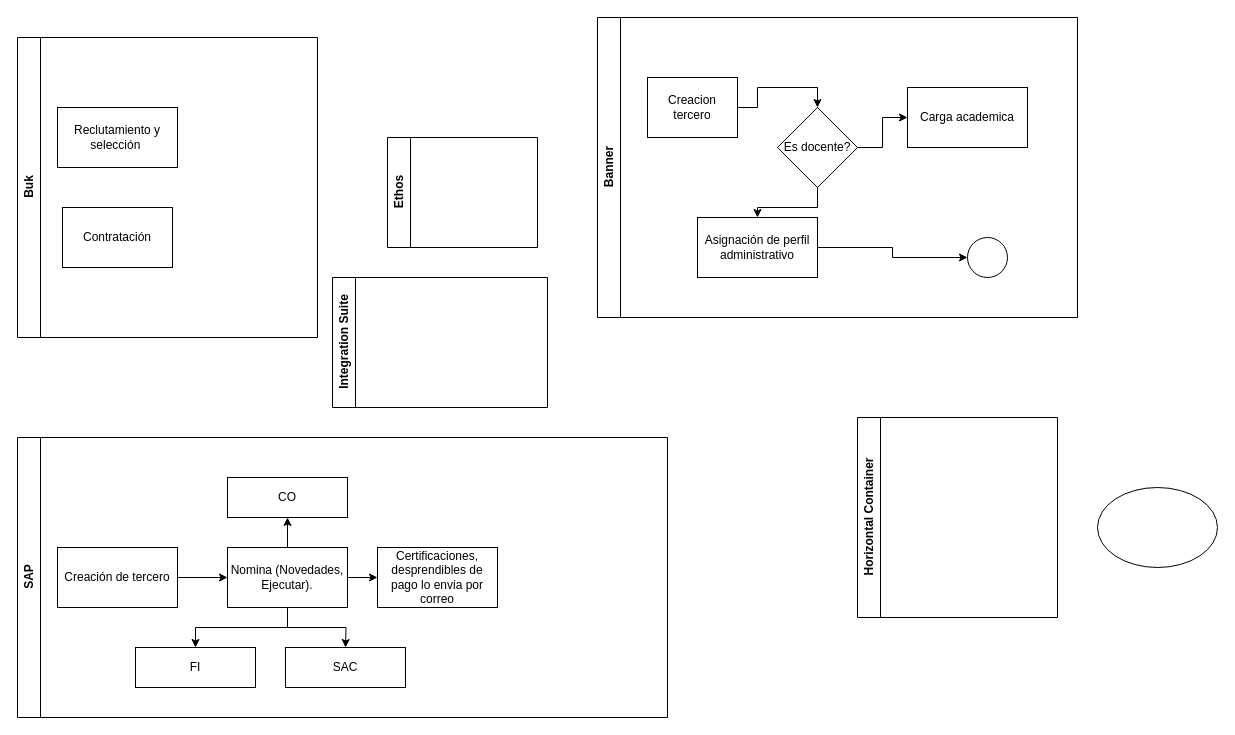
MichaelAcosta07/Diagramas-Arquitectura keeps this draw.io diagram as Buk - Banner.drawio. Above is the earlier version. Source tidied: cells renumbered, new cells numbered last; positions are measured from the earlier drawing's top-left corner, leaving out a move shared by most shapes. Both pictures are drawn from the tidied source at 100%, with x=0, y=0 at pixel (17, 17).
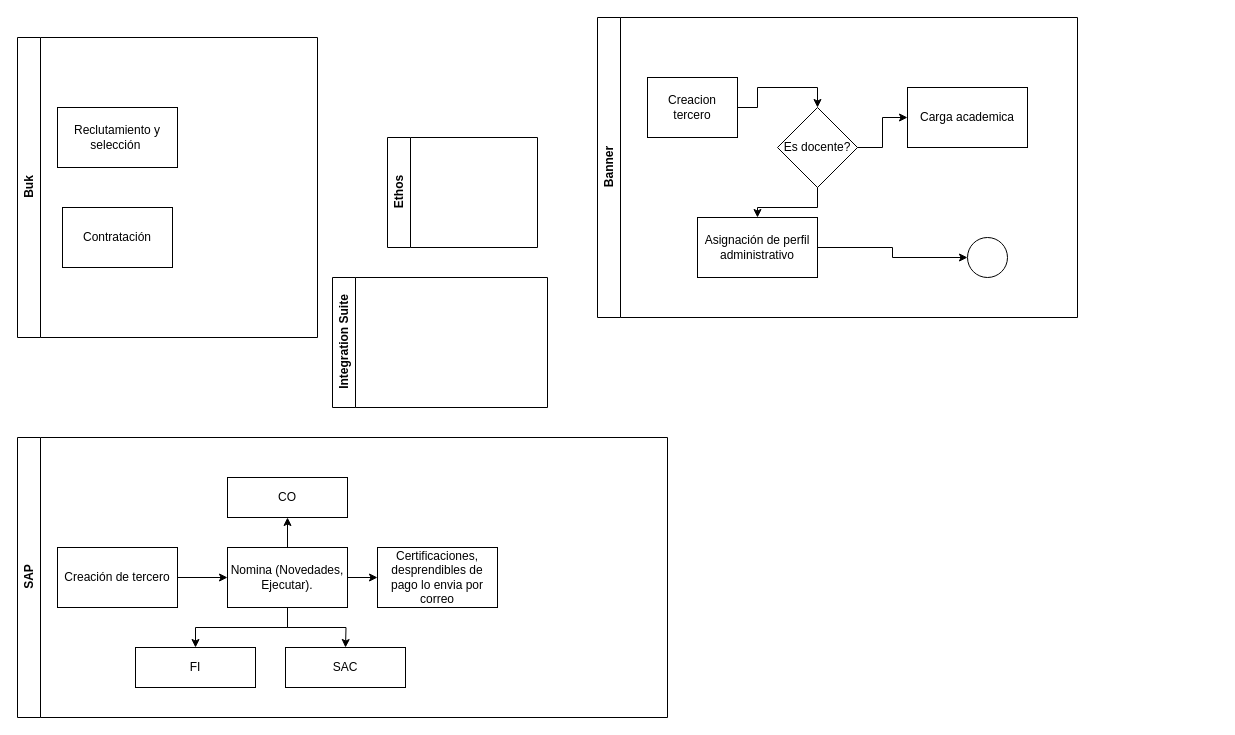
Above is the later version.

Change to the diagram source:
```diff
@@
-    <mxCell id="29" value="Horizontal Container" style="swimlane;horizontal=0;whiteSpace=wrap;html=1;" parent="1" vertex="1">
-      <mxGeometry x="840" y="400" width="200" height="200" as="geometry" />
-    </mxCell>
-    <mxCell id="30" style="ellipse;whiteSpace=wrap;html=1;" parent="1" vertex="1">
-      <mxGeometry x="1080" y="470" width="120" height="80" as="geometry" />
-    </mxCell>
```
